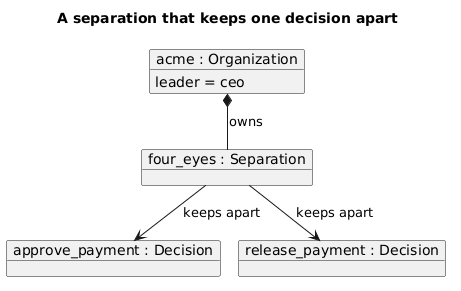
Above: docs/metamodel/scenarios/separation_of_one.png in zoetsekas/agentic-organization (PlantUML), before the change.
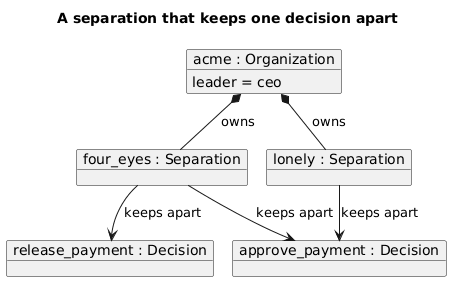
Above is the later version.

Diff of the diagram source:
```diff
@@ -2,12 +2,15 @@
 !pragma layout smetana
 title A separation that keeps one decision apart
 object "four_eyes : Separation" as separation_four_eyes
+object "lonely : Separation" as separation_lonely
 object "acme : Organization" as organization_acme {
   leader = ceo
 }
 object "approve_payment : Decision" as decision_approve_payment
 object "release_payment : Decision" as decision_release_payment
 organization_acme *-- separation_four_eyes : owns
+organization_acme *-- separation_lonely : owns
 separation_four_eyes --> decision_approve_payment : keeps apart
 separation_four_eyes --> decision_release_payment : keeps apart
+separation_lonely --> decision_approve_payment : keeps apart
 @enduml
```
